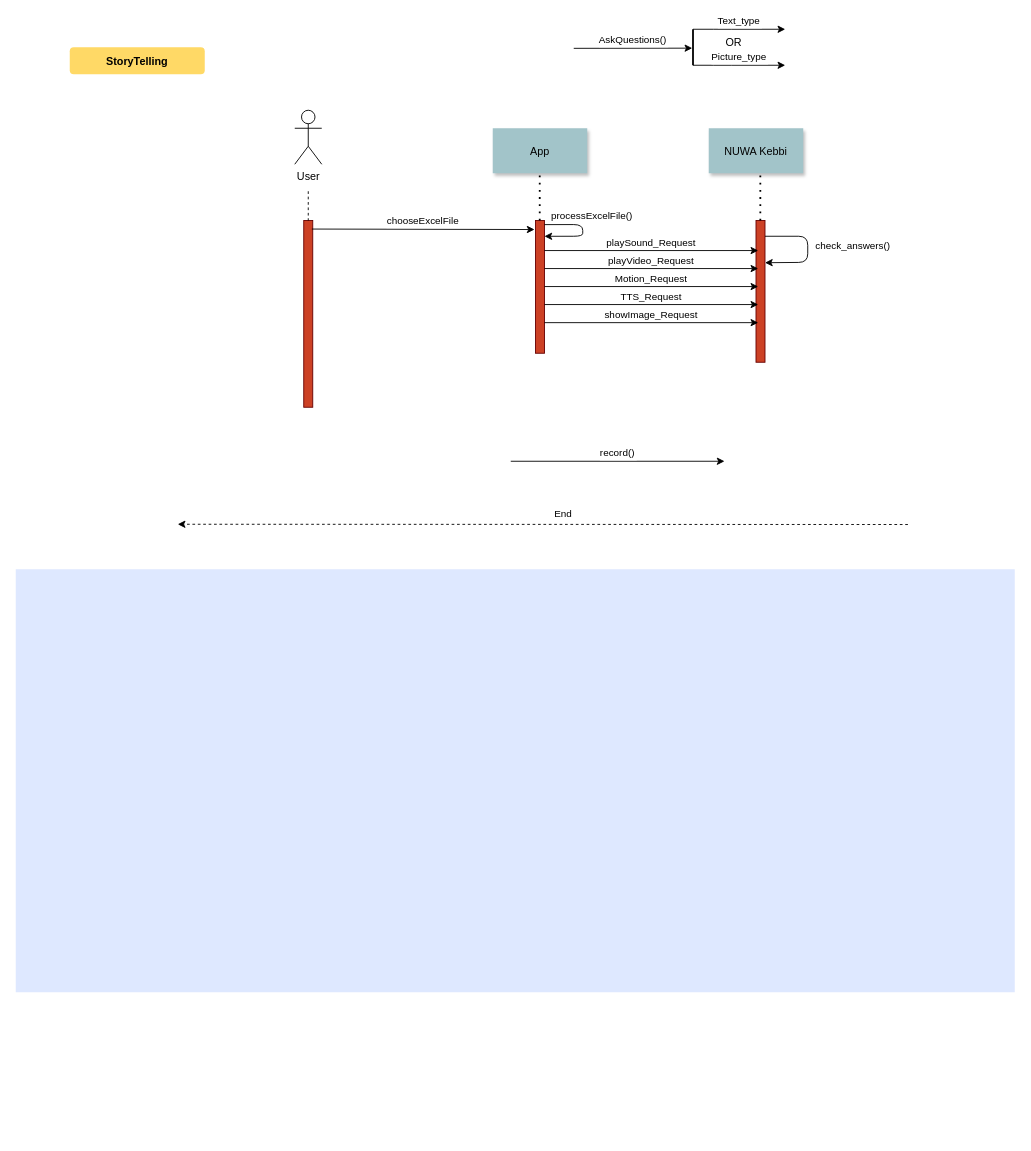
Before: page "sequence diagram" (1 of 3) of Untitled Diagram.drawio in chewwwyong/dosomethingexcel, a draw.io diagram. Source tidied: cells renumbered, new cells numbered last; positions are measured from the earlier drawing's top-left corner, leaving out a move shared by most shapes. Both pictures are drawn from the tidied source at 90%, with x=0, y=0 at pixel (15, 29).
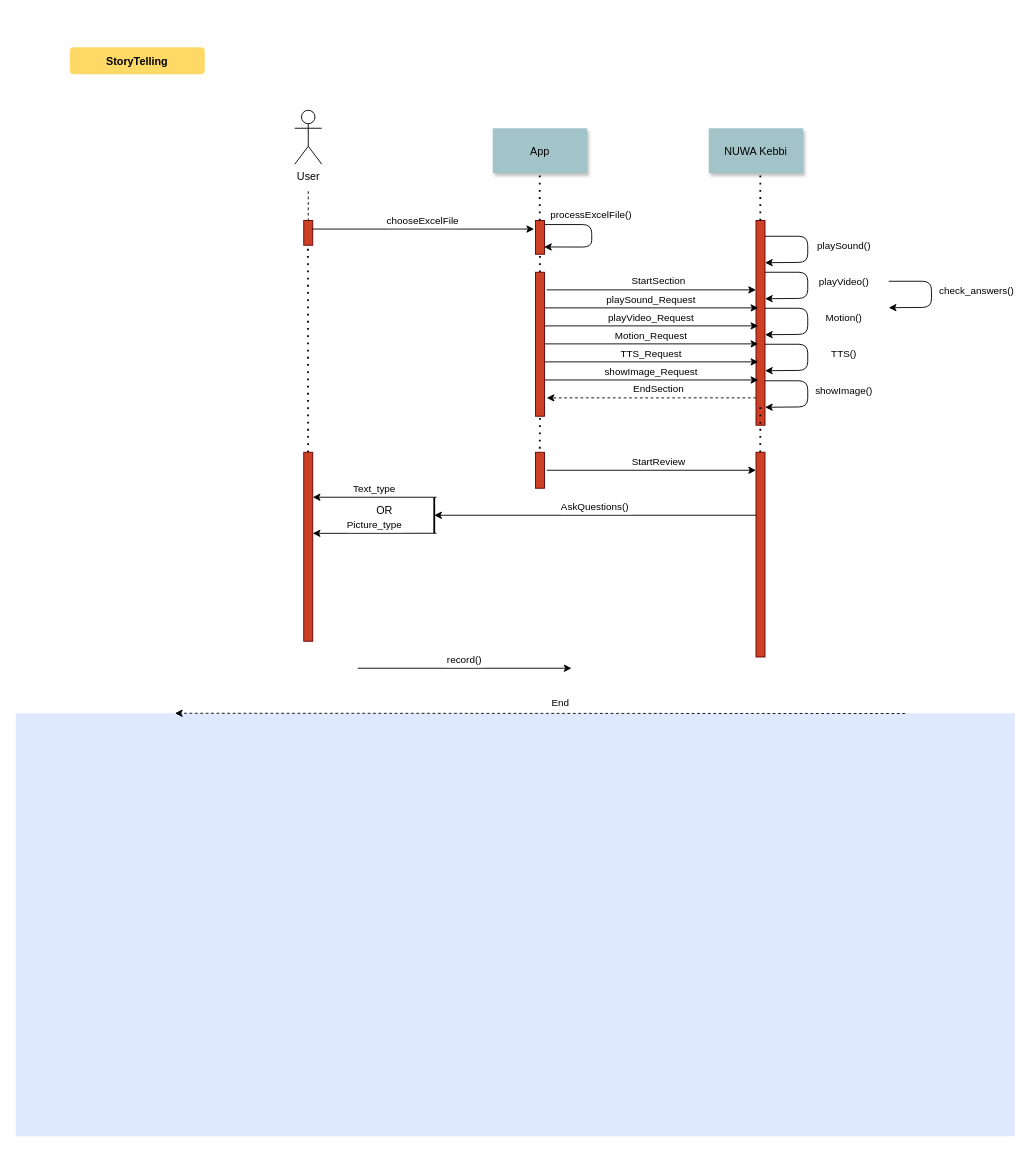
Above is the later version.

What changed in the source:
```diff
@@
+    <mxCell id="29" style="endArrow=none;dashed=1;html=1;dashPattern=1 3;strokeWidth=2;entryX=0.5;entryY=1;entryDx=0;entryDy=0;" parent="1" edge="1">
+      <mxGeometry relative="1" as="geometry">
+        <mxPoint x="582.2" y="490" as="sourcePoint" />
+        <mxPoint x="582.5" y="400" as="targetPoint" />
+      </mxGeometry>
+    </mxCell>
+    <mxCell id="30" style="endArrow=none;dashed=1;html=1;dashPattern=1 3;strokeWidth=2;entryX=0.5;entryY=1;entryDx=0;entryDy=0;" parent="1" edge="1">
+      <mxGeometry relative="1" as="geometry">
+        <mxPoint x="582.4" y="270" as="sourcePoint" />
+        <mxPoint x="582.4" y="240" as="targetPoint" />
+      </mxGeometry>
+    </mxCell>
     <mxCell id="2" style="fillColor=#DEE8FF;strokeColor=none;" parent="1" vertex="1">
-      <mxGeometry y="600" width="1110" height="470" as="geometry" />
+      <mxGeometry y="760" width="1110" height="470" as="geometry" />
     </mxCell>
     <mxCell id="3" style="fillColor=#CC4125;strokeColor=#660000;" parent="1" vertex="1">
-      <mxGeometry x="320" y="212.5" width="10" height="207.5" as="geometry" />
+      <mxGeometry x="320" y="212.5" width="10" height="27.5" as="geometry" />
     </mxCell>
-    <mxCell id="4" value="chooseExcelFile" style="edgeStyle=none;verticalLabelPosition=top;verticalAlign=bottom;entryX=-0.108;entryY=0.068;entryDx=0;entryDy=0;entryPerimeter=0;" parent="1" edge="1" target="5">
+    <mxCell id="4" value="chooseExcelFile" style="edgeStyle=none;verticalLabelPosition=top;verticalAlign=bottom;" parent="1" edge="1">
       <mxGeometry x="222.5" y="84.7" as="geometry">
         <mxPoint x="329" y="222" as="sourcePoint" />
+        <mxPoint x="576" y="222" as="targetPoint" />
       </mxGeometry>
     </mxCell>
     <mxCell id="5" style="fillColor=#CC4125;strokeColor=#660000;" parent="1" vertex="1">
-      <mxGeometry x="577.5" y="212.5" width="10" height="147.5" as="geometry" />
+      <mxGeometry x="577.5" y="212.5" width="10" height="37.5" as="geometry" />
     </mxCell>
@@
+    <mxCell id="31" style="edgeStyle=orthogonalEdgeStyle;rounded=0;orthogonalLoop=1;jettySize=auto;html=1;startArrow=none;startFill=0;endArrow=classic;endFill=1;dashed=1;" parent="1" edge="1">
+      <mxGeometry relative="1" as="geometry">
+        <mxPoint x="822.5" y="409.6" as="sourcePoint" />
+        <mxPoint x="590" y="409.6" as="targetPoint" />
+        <Array as="points">
+          <mxPoint x="590" y="409.6" />
+        </Array>
+      </mxGeometry>
+    </mxCell>
+    <mxCell id="32" value="EndSection" style="edgeLabel;html=1;align=center;verticalAlign=middle;" parent="31" vertex="1">
+      <mxGeometry x="-0.06" relative="1" as="geometry">
+        <mxPoint y="-10" as="offset" />
+      </mxGeometry>
+    </mxCell>
     <mxCell id="8" style="fillColor=#CC4125;strokeColor=#660000;" parent="1" vertex="1">
-      <mxGeometry x="822.5" y="212.5" width="10" height="157.5" as="geometry" />
+      <mxGeometry x="822.5" y="212.5" width="10" height="227.5" as="geometry" />
     </mxCell>
@@
     <mxCell id="12" style="endArrow=classic;html=1;dashed=1;exitX=-0.021;exitY=0.929;exitDx=0;exitDy=0;exitPerimeter=0;" parent="1" edge="1">
       <mxGeometry relative="1" as="geometry">
-        <mxPoint x="991.3" y="550.3" as="sourcePoint" />
-        <mxPoint x="180" y="550" as="targetPoint" />
+        <mxPoint x="988.1" y="760.3" as="sourcePoint" />
+        <mxPoint x="176.9" y="760" as="targetPoint" />
       </mxGeometry>
     </mxCell>
@@
-    <mxCell id="14" value="Text_type" style="edgeStyle=elbowEdgeStyle;elbow=vertical;verticalLabelPosition=top;verticalAlign=bottom;" parent="1" edge="1">
-      <mxGeometry x="695" y="20" as="geometry">
-        <mxPoint x="752.5" as="sourcePoint" />
-        <mxPoint x="855" as="targetPoint" />
+    <mxCell id="14" value="Text_type" style="edgeStyle=elbowEdgeStyle;elbow=vertical;verticalLabelPosition=top;verticalAlign=bottom;startArrow=classic;startFill=1;endArrow=none;endFill=0;exitX=1;exitY=0.238;exitDx=0;exitDy=0;exitPerimeter=0;" parent="1" edge="1" source="47">
+      <mxGeometry x="307.5" y="540" as="geometry">
+        <mxPoint x="467.5" y="520" as="targetPoint" />
         <Array as="points">
-          <mxPoint x="785" />
-          <mxPoint x="735" y="70" />
+          <mxPoint x="397.5" y="520" />
+          <mxPoint x="347.5" y="590" />
         </Array>
       </mxGeometry>
     </mxCell>
-    <mxCell id="15" value="Picture_type" style="edgeStyle=elbowEdgeStyle;elbow=vertical;verticalLabelPosition=top;verticalAlign=bottom;" parent="1" edge="1">
-      <mxGeometry x="695" y="60" as="geometry">
-        <mxPoint x="752.5" y="40" as="sourcePoint" />
-        <mxPoint x="855" y="40" as="targetPoint" />
+    <mxCell id="15" value="Picture_type" style="edgeStyle=elbowEdgeStyle;elbow=vertical;verticalLabelPosition=top;verticalAlign=bottom;endArrow=none;endFill=0;startArrow=classic;startFill=1;exitX=1;exitY=0.429;exitDx=0;exitDy=0;exitPerimeter=0;" parent="1" edge="1" source="47">
+      <mxGeometry x="307.5" y="580" as="geometry">
+        <mxPoint x="467.5" y="560" as="targetPoint" />
         <Array as="points">
-          <mxPoint x="785" y="40" />
-          <mxPoint x="735" y="110" />
+          <mxPoint x="397.5" y="560" />
+          <mxPoint x="347.5" y="630" />
         </Array>
       </mxGeometry>
     </mxCell>
     <mxCell id="16" style="line;strokeWidth=2;direction=south;html=1;" parent="1" vertex="1">
-      <mxGeometry x="747.5" width="10" height="40" as="geometry" />
+      <mxGeometry x="460" y="520" width="10" height="40" as="geometry" />
     </mxCell>
     <mxCell id="17" value="OR" style="text;html=1;fillColor=none;align=center;verticalAlign=middle;whiteSpace=wrap;rounded=0;" parent="1" vertex="1">
-      <mxGeometry x="787.5" y="10" width="20" height="10" as="geometry" />
+      <mxGeometry x="400" y="530" width="20" height="10" as="geometry" />
     </mxCell>
@@
-    <mxCell id="19" value="AskQuestions()" style="edgeStyle=elbowEdgeStyle;elbow=vertical;verticalLabelPosition=top;verticalAlign=bottom;jumpStyle=arc;entryX=0.535;entryY=0.581;entryDx=0;entryDy=0;entryPerimeter=0;" parent="1" edge="1" target="16">
-      <mxGeometry x="817.5" y="41.2" as="geometry">
-        <mxPoint x="620" y="21.2" as="sourcePoint" />
-        <Array as="points">
-          <mxPoint x="732.5" y="21" />
-        </Array>
-      </mxGeometry>
-    </mxCell>
     <mxCell id="20" value="playVideo_Request" style="edgeStyle=elbowEdgeStyle;elbow=vertical;verticalLabelPosition=top;verticalAlign=bottom;" parent="1" edge="1">
-      <mxGeometry x="530" y="285.9" as="geometry">
-        <mxPoint x="587.5" y="265.9" as="sourcePoint" />
-        <mxPoint x="825" y="266.1" as="targetPoint" />
+      <mxGeometry x="530" y="349.6" as="geometry">
+        <mxPoint x="587.5" y="329.6" as="sourcePoint" />
+        <mxPoint x="825" y="329.8" as="targetPoint" />
         <Array as="points">
-          <mxPoint x="620" y="265.9" />
-          <mxPoint x="570" y="335.9" />
+          <mxPoint x="620" y="329.6" />
+          <mxPoint x="570" y="399.6" />
         </Array>
       </mxGeometry>
     </mxCell>
     <mxCell id="21" value="Motion_Request" style="edgeStyle=elbowEdgeStyle;elbow=vertical;verticalLabelPosition=top;verticalAlign=bottom;" parent="1" edge="1">
-      <mxGeometry x="530" y="305.9" as="geometry">
-        <mxPoint x="587.5" y="285.9" as="sourcePoint" />
-        <mxPoint x="825" y="286.1" as="targetPoint" />
+      <mxGeometry x="530" y="369.6" as="geometry">
+        <mxPoint x="587.5" y="349.6" as="sourcePoint" />
+        <mxPoint x="825" y="349.8" as="targetPoint" />
         <Array as="points">
-          <mxPoint x="620" y="285.9" />
-          <mxPoint x="570" y="355.9" />
+          <mxPoint x="620" y="349.6" />
+          <mxPoint x="570" y="419.6" />
         </Array>
       </mxGeometry>
     </mxCell>
     <mxCell id="22" value="playSound_Request" style="edgeStyle=elbowEdgeStyle;elbow=vertical;verticalLabelPosition=top;verticalAlign=bottom;" parent="1" edge="1">
-      <mxGeometry x="530" y="265.9" as="geometry">
-        <mxPoint x="587.5" y="245.9" as="sourcePoint" />
-        <mxPoint x="825" y="246.1" as="targetPoint" />
+      <mxGeometry x="530" y="329.6" as="geometry">
+        <mxPoint x="587.5" y="309.6" as="sourcePoint" />
+        <mxPoint x="825" y="309.8" as="targetPoint" />
         <Array as="points">
-          <mxPoint x="620" y="245.9" />
-          <mxPoint x="570" y="315.9" />
+          <mxPoint x="620" y="309.6" />
+          <mxPoint x="570" y="379.6" />
         </Array>
       </mxGeometry>
     </mxCell>
     <mxCell id="23" value="TTS_Request" style="edgeStyle=elbowEdgeStyle;elbow=vertical;verticalLabelPosition=top;verticalAlign=bottom;" parent="1" edge="1">
-      <mxGeometry x="530" y="325.9" as="geometry">
-        <mxPoint x="587.5" y="305.9" as="sourcePoint" />
-        <mxPoint x="825" y="306.1" as="targetPoint" />
+      <mxGeometry x="530" y="389.6" as="geometry">
+        <mxPoint x="587.5" y="369.6" as="sourcePoint" />
+        <mxPoint x="825" y="369.8" as="targetPoint" />
         <Array as="points">
-          <mxPoint x="620" y="305.9" />
-          <mxPoint x="570" y="375.9" />
+          <mxPoint x="620" y="369.6" />
+          <mxPoint x="570" y="439.6" />
         </Array>
       </mxGeometry>
     </mxCell>
@@
     <mxCell id="25" value="showImage_Request" style="edgeStyle=elbowEdgeStyle;elbow=vertical;verticalLabelPosition=top;verticalAlign=bottom;" parent="1" edge="1">
-      <mxGeometry x="530" y="346" as="geometry">
-        <mxPoint x="587.5" y="326" as="sourcePoint" />
-        <mxPoint x="825" y="326.2" as="targetPoint" />
+      <mxGeometry x="530" y="409.7" as="geometry">
+        <mxPoint x="587.5" y="389.7" as="sourcePoint" />
+        <mxPoint x="825" y="389.8" as="targetPoint" />
         <Array as="points">
-          <mxPoint x="620" y="326" />
-          <mxPoint x="570" y="396" />
+          <mxPoint x="620" y="389.7" />
+          <mxPoint x="570" y="459.7" />
         </Array>
       </mxGeometry>
     </mxCell>
     <mxCell id="26" value="record()" style="edgeStyle=elbowEdgeStyle;elbow=vertical;verticalLabelPosition=top;verticalAlign=bottom;" parent="1" edge="1">
-      <mxGeometry x="492.5" y="500" as="geometry">
-        <mxPoint x="550" y="480" as="sourcePoint" />
-        <mxPoint x="787.5" y="480.2" as="targetPoint" />
+      <mxGeometry x="322.5" y="730" as="geometry">
+        <mxPoint x="380" y="710" as="sourcePoint" />
+        <mxPoint x="617.5" y="710.2" as="targetPoint" />
         <Array as="points">
-          <mxPoint x="582.5" y="480" />
-          <mxPoint x="532.5" y="550" />
+          <mxPoint x="412.5" y="710" />
+          <mxPoint x="362.5" y="780" />
         </Array>
       </mxGeometry>
     </mxCell>
+    <mxCell id="28" value="processExcelFile()" style="edgeStyle=none;verticalLabelPosition=top;verticalAlign=bottom;entryX=0.953;entryY=0.784;entryDx=0;entryDy=0;entryPerimeter=0;" parent="1" edge="1" target="5">
+      <mxGeometry as="geometry">
+        <mxPoint x="588" y="217" as="sourcePoint" />
+        <Array as="points">
+          <mxPoint x="640" y="217" />
+          <mxPoint x="640" y="242" />
+        </Array>
+        <mxPoint x="52" y="-14" as="offset" />
+      </mxGeometry>
+    </mxCell>
     <mxCell id="27" value="check_answers()" style="edgeStyle=none;verticalLabelPosition=top;verticalAlign=bottom;entryX=1;entryY=0.25;entryDx=0;entryDy=0;" parent="1" edge="1">
-      <mxGeometry as="geometry">
-        <mxPoint x="832.5" y="230" as="sourcePoint" />
-        <mxPoint x="832.5" y="259.4" as="targetPoint" />
+      <mxGeometry x="137.5" y="50" as="geometry">
+        <mxPoint x="970" y="280" as="sourcePoint" />
+        <mxPoint x="970" y="309.4" as="targetPoint" />
         <Array as="points">
-          <mxPoint x="880" y="230" />
-          <mxPoint x="880" y="259" />
+          <mxPoint x="1017.5" y="280" />
+          <mxPoint x="1017.5" y="309" />
         </Array>
         <mxPoint x="98" y="5" as="offset" />
       </mxGeometry>
     </mxCell>
-    <mxCell id="28" value="processExcelFile()" style="edgeStyle=none;verticalLabelPosition=top;verticalAlign=bottom;exitX=0.995;exitY=0.031;exitDx=0;exitDy=0;exitPerimeter=0;entryX=0.995;entryY=0.119;entryDx=0;entryDy=0;entryPerimeter=0;" parent="1" edge="1" source="5" target="5">
-      <mxGeometry as="geometry">
-        <Array as="points">
-          <mxPoint x="630" y="217" />
-          <mxPoint x="630" y="230" />
-        </Array>
-        <mxPoint x="53" y="-7" as="offset" />
-      </mxGeometry>
-    </mxCell>
+    <mxCell id="33" value="playSound()" style="edgeStyle=none;verticalLabelPosition=top;verticalAlign=bottom;entryX=1;entryY=0.25;entryDx=0;entryDy=0;" parent="1" edge="1">
+      <mxGeometry y="-20" as="geometry">
+        <mxPoint x="832.5" y="230" as="sourcePoint" />
+        <mxPoint x="832.5" y="259.4" as="targetPoint" />
+        <Array as="points">
+          <mxPoint x="880" y="230" />
+          <mxPoint x="880" y="259" />
+        </Array>
+        <mxPoint x="88" y="5" as="offset" />
+      </mxGeometry>
+    </mxCell>
+    <mxCell id="34" value="playVideo()" style="edgeStyle=none;verticalLabelPosition=top;verticalAlign=bottom;entryX=1;entryY=0.25;entryDx=0;entryDy=0;" parent="1" edge="1">
+      <mxGeometry y="20" as="geometry">
+        <mxPoint x="832.5" y="270" as="sourcePoint" />
+        <mxPoint x="832.5" y="299.4" as="targetPoint" />
+        <Array as="points">
+          <mxPoint x="880" y="270" />
+          <mxPoint x="880" y="299" />
+        </Array>
+        <mxPoint x="88" y="5" as="offset" />
+      </mxGeometry>
+    </mxCell>
+    <mxCell id="35" value="Motion()" style="edgeStyle=none;verticalLabelPosition=top;verticalAlign=bottom;entryX=1;entryY=0.25;entryDx=0;entryDy=0;" parent="1" edge="1">
+      <mxGeometry y="60" as="geometry">
+        <mxPoint x="832.5" y="310" as="sourcePoint" />
+        <mxPoint x="832.5" y="339.4" as="targetPoint" />
+        <Array as="points">
+          <mxPoint x="880" y="310" />
+          <mxPoint x="880" y="339" />
+        </Array>
+        <mxPoint x="88" y="5" as="offset" />
+      </mxGeometry>
+    </mxCell>
+    <mxCell id="36" value="TTS()" style="edgeStyle=none;verticalLabelPosition=top;verticalAlign=bottom;entryX=1;entryY=0.25;entryDx=0;entryDy=0;" parent="1" edge="1">
+      <mxGeometry y="100" as="geometry">
+        <mxPoint x="832.5" y="350" as="sourcePoint" />
+        <mxPoint x="832.5" y="379.4" as="targetPoint" />
+        <Array as="points">
+          <mxPoint x="880" y="350" />
+          <mxPoint x="880" y="379" />
+        </Array>
+        <mxPoint x="88" y="5" as="offset" />
+      </mxGeometry>
+    </mxCell>
+    <mxCell id="37" value="showImage()" style="edgeStyle=none;verticalLabelPosition=top;verticalAlign=bottom;entryX=1;entryY=0.25;entryDx=0;entryDy=0;" parent="1" edge="1">
+      <mxGeometry y="140.6" as="geometry">
+        <mxPoint x="832.5" y="390.6" as="sourcePoint" />
+        <mxPoint x="832.5" y="420" as="targetPoint" />
+        <Array as="points">
+          <mxPoint x="880" y="390.6" />
+          <mxPoint x="880" y="419.6" />
+        </Array>
+        <mxPoint x="88" y="5" as="offset" />
+      </mxGeometry>
+    </mxCell>
+    <mxCell id="38" style="fillColor=#CC4125;strokeColor=#660000;" parent="1" vertex="1">
+      <mxGeometry x="577.5" y="270" width="10" height="160" as="geometry" />
+    </mxCell>
+    <mxCell id="39" style="fillColor=#CC4125;strokeColor=#660000;" parent="1" vertex="1">
+      <mxGeometry x="577.5" y="470" width="10" height="40" as="geometry" />
+    </mxCell>
+    <mxCell id="40" style="edgeStyle=orthogonalEdgeStyle;rounded=0;orthogonalLoop=1;jettySize=auto;html=1;startArrow=classic;startFill=1;endArrow=none;endFill=0;" parent="1" edge="1">
+      <mxGeometry relative="1" as="geometry">
+        <mxPoint x="822.5" y="289.6" as="sourcePoint" />
+        <mxPoint x="590" y="289.6" as="targetPoint" />
+        <Array as="points">
+          <mxPoint x="590" y="289.6" />
+        </Array>
+      </mxGeometry>
+    </mxCell>
+    <mxCell id="41" value="StartSection" style="edgeLabel;html=1;align=center;verticalAlign=middle;" parent="40" vertex="1">
+      <mxGeometry x="-0.06" relative="1" as="geometry">
+        <mxPoint y="-10" as="offset" />
+      </mxGeometry>
+    </mxCell>
+    <mxCell id="42" style="edgeStyle=orthogonalEdgeStyle;rounded=0;orthogonalLoop=1;jettySize=auto;html=1;startArrow=classic;startFill=1;endArrow=none;endFill=0;" parent="1" edge="1">
+      <mxGeometry relative="1" as="geometry">
+        <mxPoint x="822.5" y="490" as="sourcePoint" />
+        <mxPoint x="590" y="490" as="targetPoint" />
+        <Array as="points">
+          <mxPoint x="590" y="490" />
+        </Array>
+      </mxGeometry>
+    </mxCell>
+    <mxCell id="43" value="StartReview" style="edgeLabel;html=1;align=center;verticalAlign=middle;" parent="42" vertex="1">
+      <mxGeometry x="-0.06" relative="1" as="geometry">
+        <mxPoint y="-10" as="offset" />
+      </mxGeometry>
+    </mxCell>
+    <mxCell id="44" style="endArrow=none;dashed=1;html=1;dashPattern=1 3;strokeWidth=2;entryX=0.5;entryY=1;entryDx=0;entryDy=0;" parent="1" edge="1">
+      <mxGeometry relative="1" as="geometry">
+        <mxPoint x="827.1" y="510" as="sourcePoint" />
+        <mxPoint x="827.4" y="420" as="targetPoint" />
+      </mxGeometry>
+    </mxCell>
+    <mxCell id="45" style="fillColor=#CC4125;strokeColor=#660000;" parent="1" vertex="1">
+      <mxGeometry x="822.5" y="470" width="10" height="227.5" as="geometry" />
+    </mxCell>
+    <mxCell id="46" style="endArrow=none;dashed=1;html=1;dashPattern=1 3;strokeWidth=2;entryX=0.5;entryY=1;entryDx=0;entryDy=0;" parent="1" edge="1" source="47">
+      <mxGeometry relative="1" as="geometry">
+        <mxPoint x="324.6" y="240" as="targetPoint" />
+      </mxGeometry>
+    </mxCell>
+    <mxCell id="47" style="fillColor=#CC4125;strokeColor=#660000;" parent="1" vertex="1">
+      <mxGeometry x="320" y="470" width="10" height="210" as="geometry" />
+    </mxCell>
+    <mxCell id="19" value="AskQuestions()" style="edgeStyle=elbowEdgeStyle;elbow=vertical;verticalLabelPosition=top;verticalAlign=bottom;jumpStyle=arc;entryX=0.535;entryY=0.581;entryDx=0;entryDy=0;entryPerimeter=0;endArrow=none;endFill=0;startArrow=classic;startFill=1;" parent="1" edge="1">
+      <mxGeometry x="888.3" y="560.2" as="geometry">
+        <mxPoint x="465" y="540" as="sourcePoint" />
+        <mxPoint x="822.5" y="540.4" as="targetPoint" />
+        <Array as="points">
+          <mxPoint x="803.3" y="540" />
+        </Array>
+      </mxGeometry>
+    </mxCell>
```
